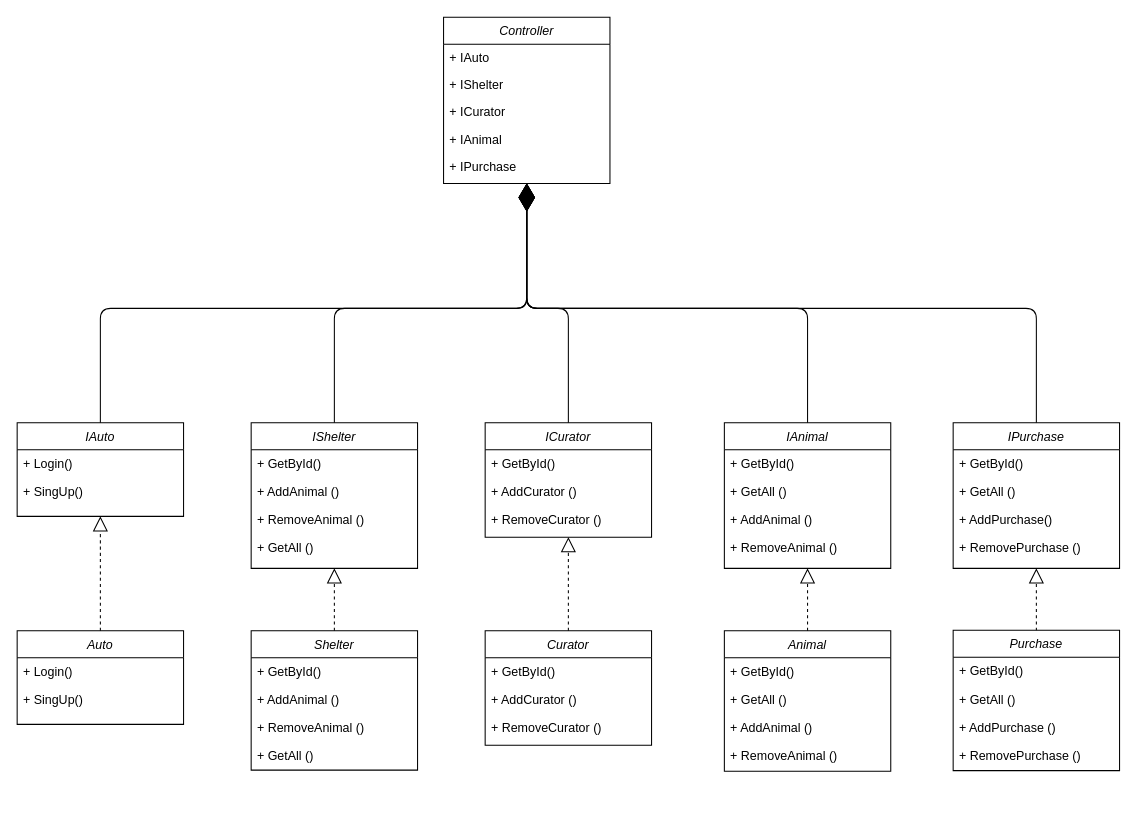
Before: diagrams/BL.drawio in Laiika/bmstu-iu7-sd, a draw.io diagram. Source tidied: cells renumbered, new cells numbered last; positions are measured from the earlier drawing's top-left corner, leaving out a move shared by most shapes. Both pictures are drawn from the tidied source at 104%, with x=0, y=0 at pixel (17, 17).
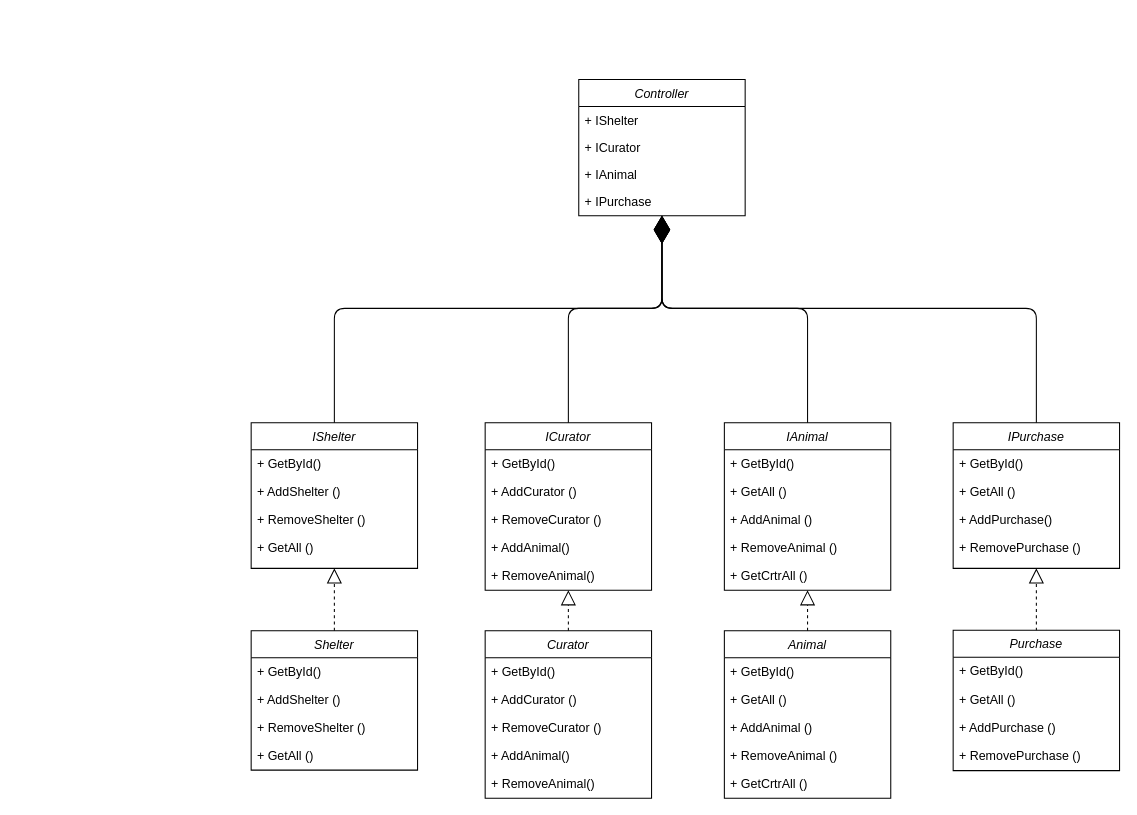
The same diagram, later.

Unchanged cells that the change refers to:
```xml
<mxCell id="16" value="IShelter" style="swimlane;fontStyle=2;align=center;verticalAlign=top;horizontal=1;startSize=26;rounded=0;shadow=0;strokeWidth=1;" parent="1" vertex="1">
  <mxGeometry x="225" y="390" width="160" height="140" as="geometry" />
</mxCell>
<mxCell id="21" value="Shelter" style="swimlane;fontStyle=2;align=center;verticalAlign=top;horizontal=1;startSize=26;rounded=0;shadow=0;strokeWidth=1;" parent="1" vertex="1">
  <mxGeometry x="225" y="590" width="160" height="134" as="geometry" />
</mxCell>
<mxCell id="50" value="IPurchase" style="swimlane;fontStyle=2;align=center;verticalAlign=top;horizontal=1;startSize=26;rounded=0;shadow=0;strokeWidth=1;" parent="1" vertex="1">
  <mxGeometry x="900" y="390" width="160" height="140" as="geometry" />
</mxCell>
```

The edit, as a diff of the source:
```diff
@@
     <mxCell id="2" value="Controller" style="swimlane;fontStyle=2;align=center;verticalAlign=top;horizontal=1;startSize=26;rounded=0;shadow=0;strokeWidth=1;" parent="1" vertex="1">
-      <mxGeometry x="410" width="160" height="160" as="geometry" />
+      <mxGeometry x="540" y="60" width="160" height="131" as="geometry" />
     </mxCell>
-    <mxCell id="3" value="+ IAuto" style="text;align=left;verticalAlign=top;spacingLeft=4;spacingRight=4;overflow=hidden;rounded=0;shadow=0;html=0;" parent="2" vertex="1">
-      <mxGeometry y="26" width="160" height="26" as="geometry" />
-    </mxCell>
     <mxCell id="4" value="+ IShelter" style="text;align=left;verticalAlign=top;spacingLeft=4;spacingRight=4;overflow=hidden;rounded=0;shadow=0;html=0;" parent="2" vertex="1">
-      <mxGeometry y="52" width="160" height="26" as="geometry" />
+      <mxGeometry y="26" width="160" height="26" as="geometry" />
     </mxCell>
     <mxCell id="5" value="+ ICurator" style="text;align=left;verticalAlign=top;spacingLeft=4;spacingRight=4;overflow=hidden;rounded=0;shadow=0;html=0;" parent="2" vertex="1">
-      <mxGeometry y="78" width="160" height="26" as="geometry" />
+      <mxGeometry y="52" width="160" height="26" as="geometry" />
     </mxCell>
     <mxCell id="6" value="+ IAnimal" style="text;align=left;verticalAlign=top;spacingLeft=4;spacingRight=4;overflow=hidden;rounded=0;shadow=0;html=0;" parent="2" vertex="1">
-      <mxGeometry y="104" width="160" height="26" as="geometry" />
+      <mxGeometry y="78" width="160" height="26" as="geometry" />
     </mxCell>
     <mxCell id="7" value="+ IPurchase" style="text;align=left;verticalAlign=top;spacingLeft=4;spacingRight=4;overflow=hidden;rounded=0;shadow=0;html=0;" parent="2" vertex="1">
-      <mxGeometry y="130" width="160" height="27" as="geometry" />
+      <mxGeometry y="104" width="160" height="27" as="geometry" />
     </mxCell>
-    <mxCell id="8" value="IAuto" style="swimlane;fontStyle=2;align=center;verticalAlign=top;horizontal=1;startSize=26;rounded=0;shadow=0;strokeWidth=1;" parent="1" vertex="1">
-      <mxGeometry y="390" width="160" height="90" as="geometry" />
-    </mxCell>
-    <mxCell id="9" value="+ Login()" style="text;align=left;verticalAlign=top;spacingLeft=4;spacingRight=4;overflow=hidden;rounded=0;shadow=0;html=0;" parent="8" vertex="1">
-      <mxGeometry y="26" width="160" height="27" as="geometry" />
-    </mxCell>
-    <mxCell id="10" value="+ SingUp()" style="text;align=left;verticalAlign=top;spacingLeft=4;spacingRight=4;overflow=hidden;rounded=0;shadow=0;html=0;" parent="8" vertex="1">
-      <mxGeometry y="53" width="160" height="27" as="geometry" />
-    </mxCell>
-    <mxCell id="11" value="Auto" style="swimlane;fontStyle=2;align=center;verticalAlign=top;horizontal=1;startSize=26;rounded=0;shadow=0;strokeWidth=1;" parent="1" vertex="1">
-      <mxGeometry y="590" width="160" height="90" as="geometry" />
-    </mxCell>
-    <mxCell id="12" value="+ Login()" style="text;align=left;verticalAlign=top;spacingLeft=4;spacingRight=4;overflow=hidden;rounded=0;shadow=0;html=0;" parent="11" vertex="1">
-      <mxGeometry y="26" width="160" height="27" as="geometry" />
-    </mxCell>
-    <mxCell id="13" value="+ SingUp()" style="text;align=left;verticalAlign=top;spacingLeft=4;spacingRight=4;overflow=hidden;rounded=0;shadow=0;html=0;" parent="11" vertex="1">
-      <mxGeometry y="53" width="160" height="27" as="geometry" />
-    </mxCell>
-    <mxCell id="14" style="endArrow=block;dashed=1;endFill=0;endSize=12;html=1;entryX=0.5;entryY=1;entryDx=0;entryDy=0;exitX=0.5;exitY=0;exitDx=0;exitDy=0;" parent="1" edge="1" source="11" target="8">
-      <mxGeometry relative="1" as="geometry" />
-    </mxCell>
-    <mxCell id="15" style="endArrow=diamondThin;endFill=1;endSize=24;html=1;entryX=0.5;entryY=1;entryDx=0;entryDy=0;exitX=0.5;exitY=0;exitDx=0;exitDy=0;" parent="1" edge="1" source="8" target="2">
-      <mxGeometry relative="1" as="geometry">
-        <Array as="points">
-          <mxPoint x="80" y="280" />
-          <mxPoint x="490" y="280" />
-        </Array>
-      </mxGeometry>
-    </mxCell>
@@
-    <mxCell id="18" value="+ AddAnimal ()" style="text;align=left;verticalAlign=top;spacingLeft=4;spacingRight=4;overflow=hidden;rounded=0;shadow=0;html=0;" parent="16" vertex="1">
+    <mxCell id="18" value="+ AddShelter ()" style="text;align=left;verticalAlign=top;spacingLeft=4;spacingRight=4;overflow=hidden;rounded=0;shadow=0;html=0;" parent="16" vertex="1">
       <mxGeometry y="53" width="160" height="27" as="geometry" />
     </mxCell>
-    <mxCell id="19" value="+ RemoveAnimal ()" style="text;align=left;verticalAlign=top;spacingLeft=4;spacingRight=4;overflow=hidden;rounded=0;shadow=0;html=0;" parent="16" vertex="1">
+    <mxCell id="19" value="+ RemoveShelter ()" style="text;align=left;verticalAlign=top;spacingLeft=4;spacingRight=4;overflow=hidden;rounded=0;shadow=0;html=0;" parent="16" vertex="1">
       <mxGeometry y="80" width="160" height="27" as="geometry" />
     </mxCell>
@@
-    <mxCell id="23" value="+ AddAnimal ()" style="text;align=left;verticalAlign=top;spacingLeft=4;spacingRight=4;overflow=hidden;rounded=0;shadow=0;html=0;" parent="21" vertex="1">
+    <mxCell id="23" value="+ AddShelter ()" style="text;align=left;verticalAlign=top;spacingLeft=4;spacingRight=4;overflow=hidden;rounded=0;shadow=0;html=0;" parent="21" vertex="1">
       <mxGeometry y="53" width="160" height="27" as="geometry" />
     </mxCell>
-    <mxCell id="24" value="+ RemoveAnimal ()" style="text;align=left;verticalAlign=top;spacingLeft=4;spacingRight=4;overflow=hidden;rounded=0;shadow=0;html=0;" parent="21" vertex="1">
+    <mxCell id="24" value="+ RemoveShelter ()" style="text;align=left;verticalAlign=top;spacingLeft=4;spacingRight=4;overflow=hidden;rounded=0;shadow=0;html=0;" parent="21" vertex="1">
       <mxGeometry y="80" width="160" height="27" as="geometry" />
     </mxCell>
@@
     <mxCell id="27" style="endArrow=diamondThin;endFill=1;endSize=24;html=1;exitX=0.5;exitY=0;exitDx=0;exitDy=0;entryX=0.5;entryY=1;entryDx=0;entryDy=0;" parent="1" edge="1" source="16" target="2">
       <mxGeometry relative="1" as="geometry">
         <Array as="points">
           <mxPoint x="305" y="280" />
-          <mxPoint x="490" y="280" />
+          <mxPoint x="620" y="280" />
         </Array>
       </mxGeometry>
     </mxCell>
     <mxCell id="28" value="ICurator" style="swimlane;fontStyle=2;align=center;verticalAlign=top;horizontal=1;startSize=26;rounded=0;shadow=0;strokeWidth=1;" parent="1" vertex="1">
-      <mxGeometry x="450" y="390" width="160" height="110" as="geometry" />
+      <mxGeometry x="450" y="390" width="160" height="161" as="geometry" />
     </mxCell>
@@
+    <mxCell id="62" value="+ AddAnimal()" style="text;align=left;verticalAlign=top;spacingLeft=4;spacingRight=4;overflow=hidden;rounded=0;shadow=0;html=0;" parent="28" vertex="1">
+      <mxGeometry y="107" width="160" height="27" as="geometry" />
+    </mxCell>
+    <mxCell id="63" value="+ RemoveAnimal()" style="text;align=left;verticalAlign=top;spacingLeft=4;spacingRight=4;overflow=hidden;rounded=0;shadow=0;html=0;" parent="28" vertex="1">
+      <mxGeometry y="134" width="160" height="27" as="geometry" />
+    </mxCell>
     <mxCell id="32" value="Curator" style="swimlane;fontStyle=2;align=center;verticalAlign=top;horizontal=1;startSize=26;rounded=0;shadow=0;strokeWidth=1;" parent="1" vertex="1">
-      <mxGeometry x="450" y="590" width="160" height="110" as="geometry" />
+      <mxGeometry x="450" y="590" width="160" height="161" as="geometry" />
     </mxCell>
@@
+    <mxCell id="64" value="+ AddAnimal()" style="text;align=left;verticalAlign=top;spacingLeft=4;spacingRight=4;overflow=hidden;rounded=0;shadow=0;html=0;" parent="32" vertex="1">
+      <mxGeometry y="107" width="160" height="27" as="geometry" />
+    </mxCell>
+    <mxCell id="65" value="+ RemoveAnimal()" style="text;align=left;verticalAlign=top;spacingLeft=4;spacingRight=4;overflow=hidden;rounded=0;shadow=0;html=0;" parent="32" vertex="1">
+      <mxGeometry y="134" width="160" height="27" as="geometry" />
+    </mxCell>
@@
     <mxCell id="37" style="endArrow=diamondThin;endFill=1;endSize=24;html=1;entryX=0.5;entryY=1;entryDx=0;entryDy=0;exitX=0.5;exitY=0;exitDx=0;exitDy=0;" parent="1" edge="1" source="28" target="2">
       <mxGeometry relative="1" as="geometry">
         <Array as="points">
           <mxPoint x="530" y="280" />
-          <mxPoint x="490" y="280" />
+          <mxPoint x="620" y="280" />
         </Array>
       </mxGeometry>
     </mxCell>
     <mxCell id="38" value="IAnimal" style="swimlane;fontStyle=2;align=center;verticalAlign=top;horizontal=1;startSize=26;rounded=0;shadow=0;strokeWidth=1;" parent="1" vertex="1">
-      <mxGeometry x="680" y="390" width="160" height="140" as="geometry" />
+      <mxGeometry x="680" y="390" width="160" height="161" as="geometry" />
     </mxCell>
@@
+    <mxCell id="66" value="+ GetCrtrAll ()" style="text;align=left;verticalAlign=top;spacingLeft=4;spacingRight=4;overflow=hidden;rounded=0;shadow=0;html=0;" parent="38" vertex="1">
+      <mxGeometry y="134" width="160" height="27" as="geometry" />
+    </mxCell>
     <mxCell id="43" value="Animal" style="swimlane;fontStyle=2;align=center;verticalAlign=top;horizontal=1;startSize=26;rounded=0;shadow=0;strokeWidth=1;" parent="1" vertex="1">
-      <mxGeometry x="680" y="590" width="160" height="135" as="geometry" />
+      <mxGeometry x="680" y="590" width="160" height="161" as="geometry" />
     </mxCell>
@@
+    <mxCell id="67" value="+ GetCrtrAll ()" style="text;align=left;verticalAlign=top;spacingLeft=4;spacingRight=4;overflow=hidden;rounded=0;shadow=0;html=0;" parent="43" vertex="1">
+      <mxGeometry y="134" width="160" height="27" as="geometry" />
+    </mxCell>
@@
     <mxCell id="49" style="endArrow=diamondThin;endFill=1;endSize=24;html=1;exitX=0.5;exitY=0;exitDx=0;exitDy=0;entryX=0.5;entryY=1;entryDx=0;entryDy=0;" parent="1" edge="1" source="38" target="2">
       <mxGeometry relative="1" as="geometry">
         <Array as="points">
           <mxPoint x="760" y="280" />
-          <mxPoint x="490" y="280" />
+          <mxPoint x="620" y="280" />
         </Array>
       </mxGeometry>
     </mxCell>
@@
     <mxCell id="56" style="endArrow=diamondThin;endFill=1;endSize=24;html=1;exitX=0.5;exitY=0;exitDx=0;exitDy=0;entryX=0.5;entryY=1;entryDx=0;entryDy=0;" parent="1" edge="1" source="50" target="2">
       <mxGeometry relative="1" as="geometry">
         <Array as="points">
           <mxPoint x="980" y="280" />
-          <mxPoint x="490" y="280" />
+          <mxPoint x="620" y="280" />
         </Array>
       </mxGeometry>
     </mxCell>
```
